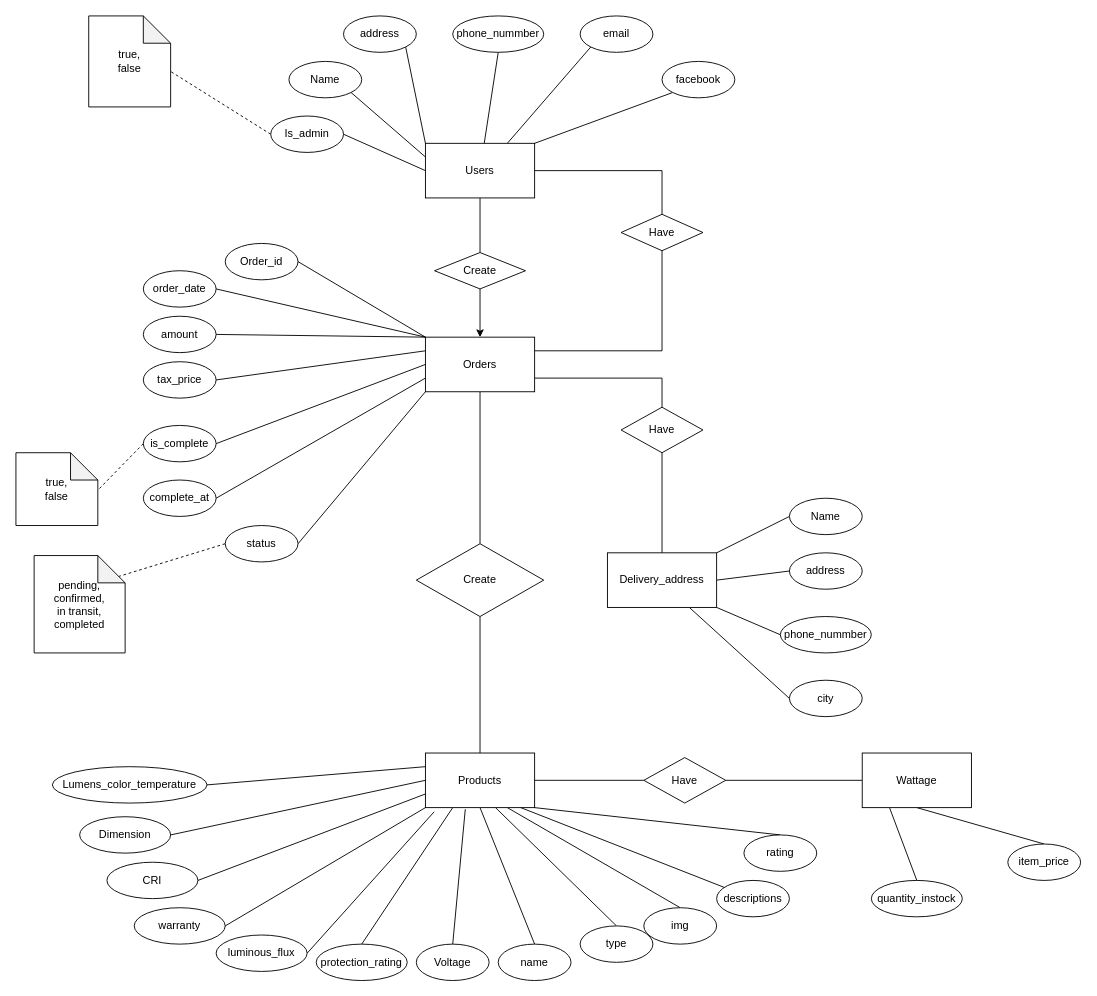
The draw.io diagram page "Page-1" (1 of 2) of ERD.drawio in anPf1121/LightingWebsite, before the edit. Source tidied: cells renumbered, new cells numbered last; positions are measured from the earlier drawing's top-left corner, leaving out a move shared by most shapes. Both pictures are drawn from the tidied source at 91%, with x=0, y=0 at pixel (15, 15).
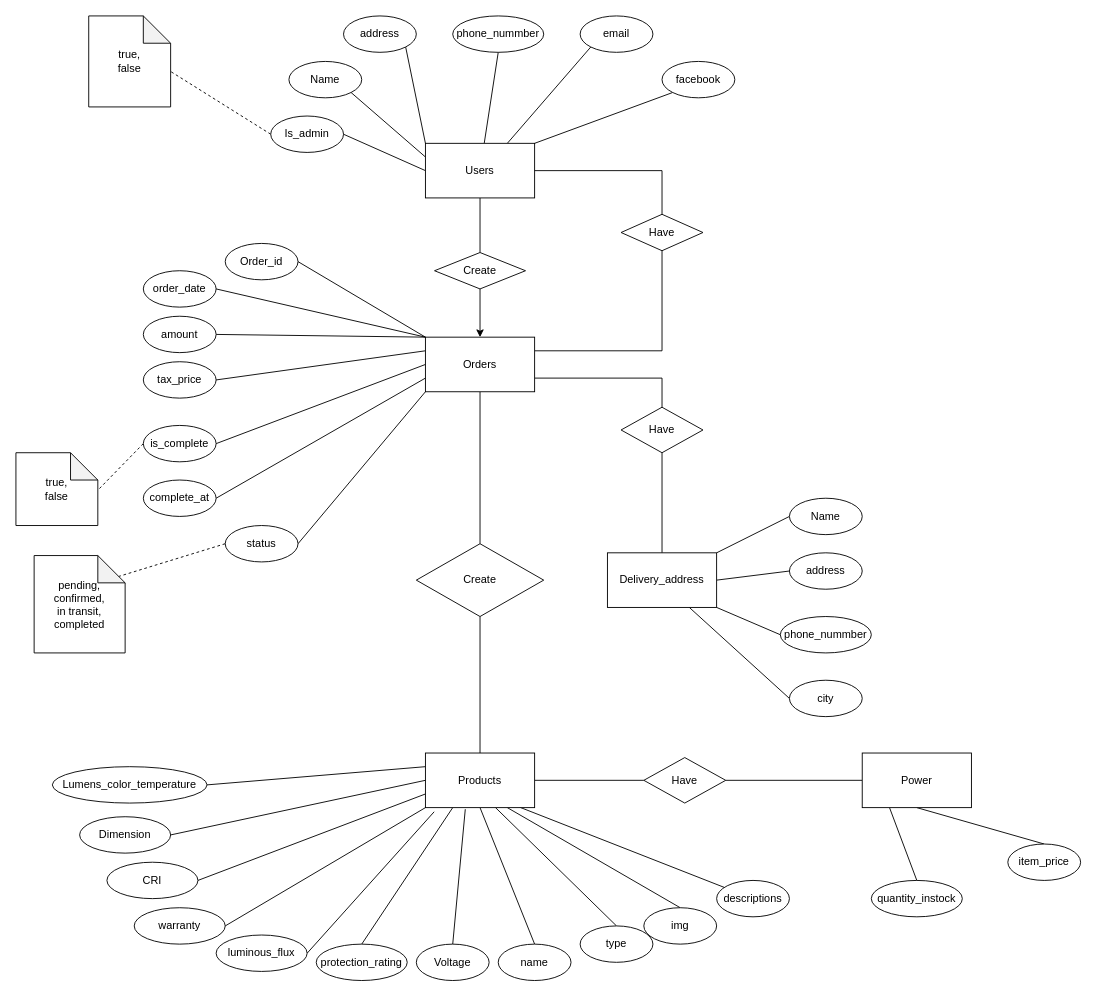
After the change.

The change refers to these unchanged cells:
```xml
<mxCell id="42" value="Products" style="rounded=0;whiteSpace=wrap;html=1;" parent="1" vertex="1">
  <mxGeometry x="450" y="810" width="120" height="60" as="geometry" />
</mxCell>
```

Change to the diagram source:
```diff
@@
-    <mxCell id="33" style="edgeStyle=none;rounded=0;jettySize=auto;html=1;exitX=1;exitY=1;exitDx=0;exitDy=0;entryX=0.5;entryY=0;entryDx=0;entryDy=0;endArrow=none;endFill=0;" parent="1" edge="1" source="42" target="47">
-      <mxGeometry relative="1" as="geometry" />
-    </mxCell>
@@
-    <mxCell id="47" value="rating" style="ellipse;whiteSpace=wrap;html=1;" parent="1" vertex="1">
-      <mxGeometry x="800" y="900" width="80" height="40" as="geometry" />
-    </mxCell>
@@
-    <mxCell id="80" value="Wattage" style="rounded=0;whiteSpace=wrap;html=1;" parent="1" vertex="1">
+    <mxCell id="80" value="Power" style="rounded=0;whiteSpace=wrap;html=1;" parent="1" vertex="1">
       <mxGeometry x="930" y="810" width="120" height="60" as="geometry" />
     </mxCell>
```
